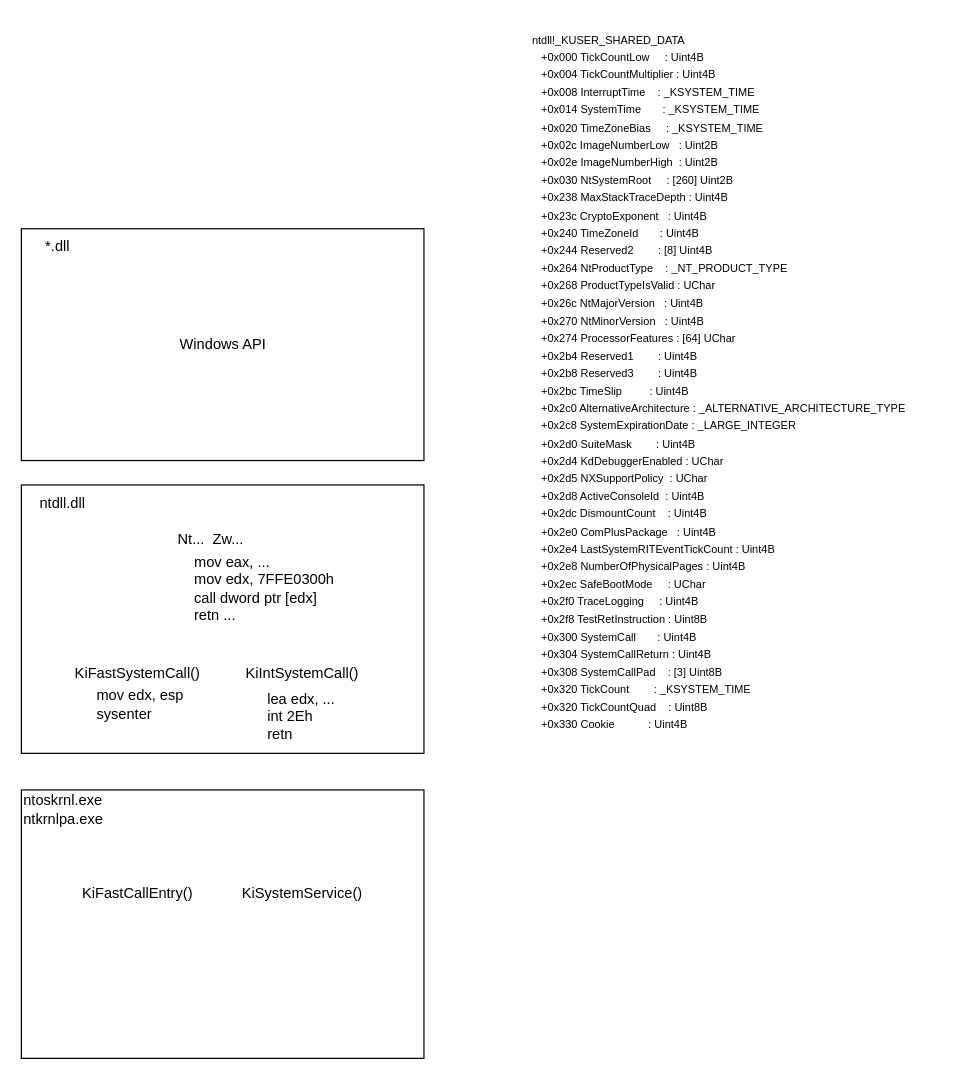
nnxfb/diagrams keeps this draw.io diagram as winkernel.drawio. Above is the earlier version. Source tidied: cells renumbered, new cells numbered last; positions are measured from the earlier drawing's top-left corner, leaving out a move shared by most shapes. Both pictures are drawn from the tidied source at 122%, with x=0, y=0 at pixel (21, 21).
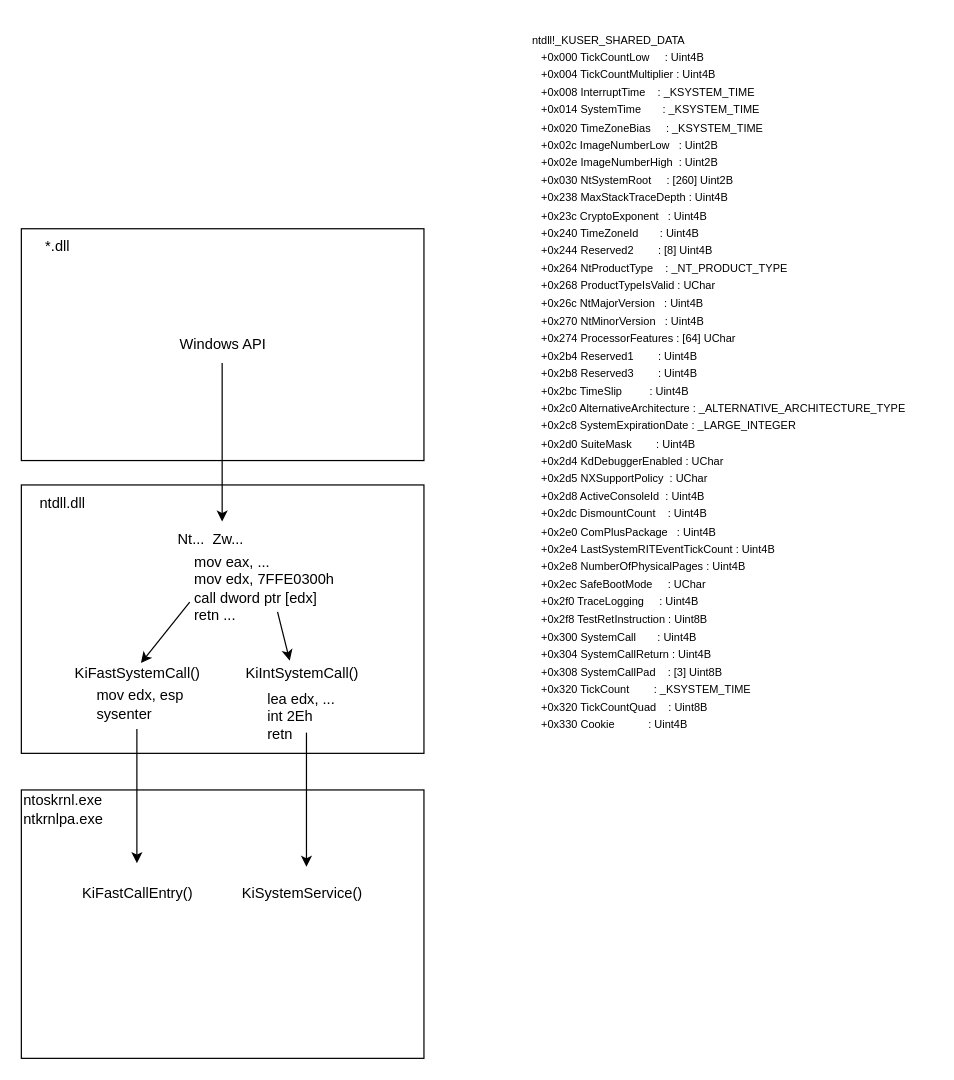
The same diagram, later.

What changed in the source:
```diff
@@
+    <mxCell id="18" style="endArrow=classic;html=1;rounded=0;" parent="1" edge="1">
+      <mxGeometry relative="1" as="geometry">
+        <mxPoint x="164.6" y="280" as="sourcePoint" />
+        <mxPoint x="164.6" y="410" as="targetPoint" />
+      </mxGeometry>
+    </mxCell>
+    <mxCell id="19" style="endArrow=classic;html=1;rounded=0;" parent="1" edge="1">
+      <mxGeometry relative="1" as="geometry">
+        <mxPoint x="138" y="476" as="sourcePoint" />
+        <mxPoint x="98" y="526" as="targetPoint" />
+      </mxGeometry>
+    </mxCell>
+    <mxCell id="20" style="endArrow=classic;html=1;rounded=0;" parent="1" edge="1">
+      <mxGeometry relative="1" as="geometry">
+        <mxPoint x="210" y="484" as="sourcePoint" />
+        <mxPoint x="220" y="524" as="targetPoint" />
+      </mxGeometry>
+    </mxCell>
+    <mxCell id="21" style="endArrow=classic;html=1;rounded=0;" parent="1" edge="1">
+      <mxGeometry relative="1" as="geometry">
+        <mxPoint x="233.7" y="583" as="sourcePoint" />
+        <mxPoint x="233.7" y="693" as="targetPoint" />
+      </mxGeometry>
+    </mxCell>
+    <mxCell id="22" style="endArrow=classic;html=1;rounded=0;" parent="1" edge="1">
+      <mxGeometry relative="1" as="geometry">
+        <mxPoint x="94.7" y="580" as="sourcePoint" />
+        <mxPoint x="94.7" y="690" as="targetPoint" />
+      </mxGeometry>
+    </mxCell>
```
